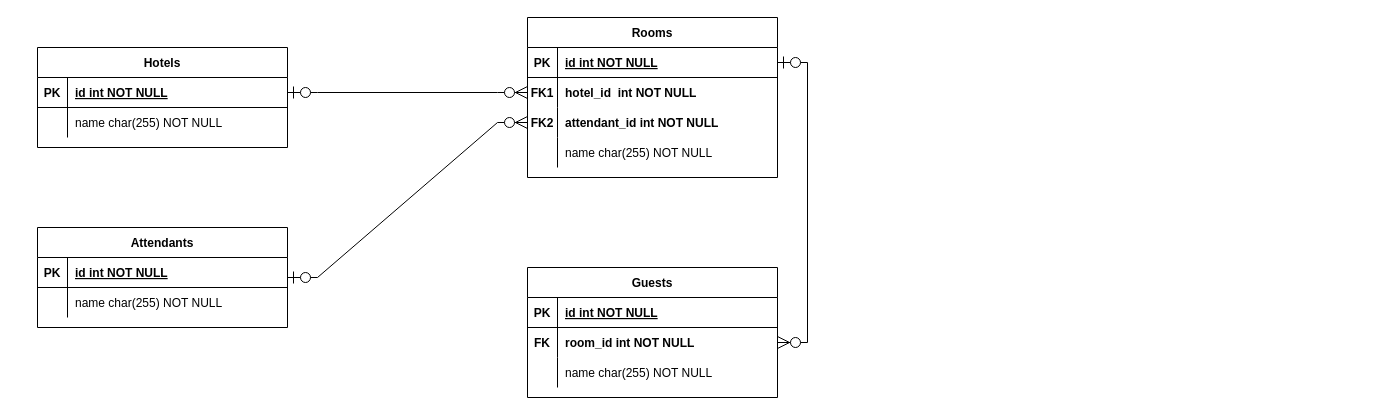
Earlier version of the draw.io diagram erd/Hotel ERD.drawio (perilloArt3159/database-mysql-assessment). Source tidied: cells renumbered, new cells numbered last; positions are measured from the earlier drawing's top-left corner, leaving out a move shared by most shapes. Both pictures are drawn from the tidied source at 100%, with x=0, y=0 at pixel (37, 17).
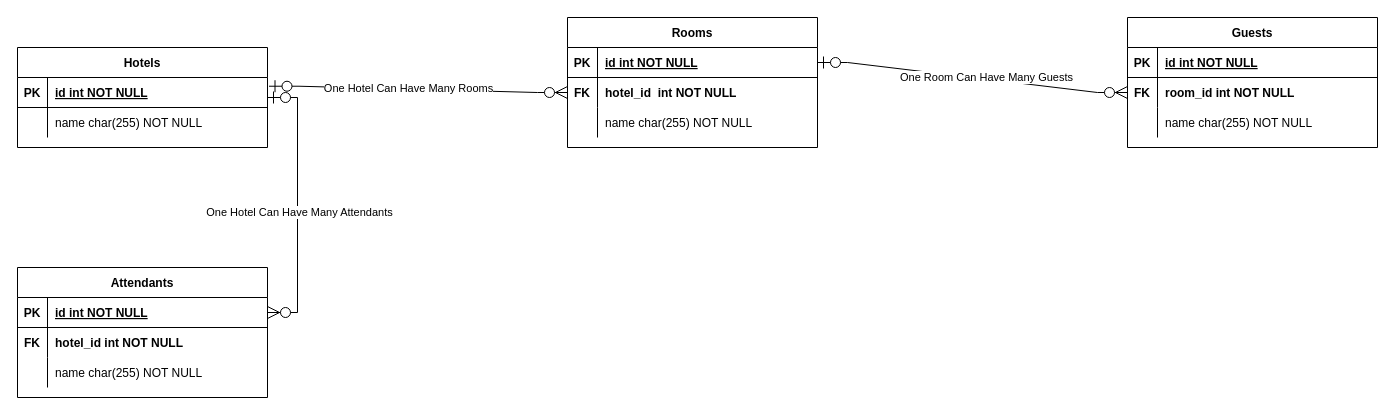
Above is the later version.

Commit message:
:buld: Added Comments on Relationship in Hotel ERD

Unchanged cells that the change refers to:
```xml
<mxCell id="3" style="shape=partialRectangle;fillColor=none;points=[[0,0.5],[1,0.5]];portConstraint=eastwest;top=0;left=0;right=0;bottom=1;" parent="2" vertex="1">
  <mxGeometry y="30" width="250" height="30" as="geometry" />
</mxCell>
<mxCell id="10" style="shape=partialRectangle;fillColor=none;points=[[0,0.5],[1,0.5]];portConstraint=eastwest;top=0;left=0;right=0;bottom=1;" parent="9" vertex="1">
  <mxGeometry y="30" width="250" height="30" as="geometry" />
</mxCell>
<mxCell id="13" style="shape=partialRectangle;fillColor=none;points=[[0,0.5],[1,0.5]];portConstraint=eastwest;top=0;left=0;right=0;bottom=0;" parent="9" vertex="1">
  <mxGeometry y="60" width="250" height="30" as="geometry" />
</mxCell>
<mxCell id="23" style="shape=partialRectangle;fillColor=none;points=[[0,0.5],[1,0.5]];portConstraint=eastwest;top=0;left=0;right=0;bottom=1;" parent="22" vertex="1">
  <mxGeometry y="30" width="250" height="30" as="geometry" />
</mxCell>
<mxCell id="33" style="shape=partialRectangle;fillColor=none;points=[[0,0.5],[1,0.5]];portConstraint=eastwest;top=0;left=0;right=0;bottom=0;" parent="29" vertex="1">
  <mxGeometry y="60" width="250" height="30" as="geometry" />
</mxCell>
```

What changed in the source:
```diff
@@
     <mxCell id="2" value="Hotels" style="shape=table;startSize=30;childLayout=tableLayout;rowLines=0;fontStyle=1;align=center;" parent="1" vertex="1">
-      <mxGeometry y="30" width="250" height="100" as="geometry" />
+      <mxGeometry x="-20" y="30" width="250" height="100" as="geometry" />
     </mxCell>
@@
     <mxCell id="9" value="Rooms" style="shape=table;startSize=30;childLayout=tableLayout;rowLines=0;fontStyle=1;align=center;" parent="1" vertex="1">
-      <mxGeometry x="490" width="250" height="160" as="geometry" />
+      <mxGeometry x="530" width="250" height="130" as="geometry" />
     </mxCell>
@@
-    <mxCell id="14" value="FK1" style="shape=partialRectangle;overflow=hidden;fillColor=none;top=0;left=0;bottom=0;right=0;fontStyle=1;" parent="13" vertex="1">
+    <mxCell id="14" value="FK" style="shape=partialRectangle;overflow=hidden;fillColor=none;top=0;left=0;bottom=0;right=0;fontStyle=1;" parent="13" vertex="1">
       <mxGeometry width="30" height="30" as="geometry" />
     </mxCell>
@@
-    <mxCell id="16" style="shape=partialRectangle;fillColor=none;points=[[0,0.5],[1,0.5]];portConstraint=eastwest;top=0;left=0;right=0;bottom=0;" parent="9" vertex="1">
-      <mxGeometry y="90" width="250" height="30" as="geometry" />
-    </mxCell>
-    <mxCell id="17" value="FK2" style="shape=partialRectangle;overflow=hidden;fillColor=none;top=0;left=0;bottom=0;right=0;fontStyle=1;" parent="16" vertex="1">
-      <mxGeometry width="30" height="30" as="geometry" />
-    </mxCell>
-    <mxCell id="18" value="attendant_id int NOT NULL" style="shape=partialRectangle;overflow=hidden;fillColor=none;top=0;left=0;bottom=0;right=0;align=left;spacingLeft=6;fontStyle=1;" parent="16" vertex="1">
-      <mxGeometry x="30" width="220" height="30" as="geometry" />
-    </mxCell>
     <mxCell id="19" style="shape=partialRectangle;fillColor=none;top=0;left=0;right=0;bottom=0;" parent="9" vertex="1">
-      <mxGeometry y="120" width="250" height="30" as="geometry" />
+      <mxGeometry y="90" width="250" height="30" as="geometry" />
     </mxCell>
@@
     <mxCell id="22" value="Attendants" style="shape=table;startSize=30;childLayout=tableLayout;rowLines=0;fontStyle=1;align=center;" parent="1" vertex="1">
-      <mxGeometry y="210" width="250" height="100" as="geometry" />
+      <mxGeometry x="-20" y="250" width="250" height="130" as="geometry" />
     </mxCell>
@@
-    <mxCell id="26" style="shape=partialRectangle;fillColor=none;top=0;left=0;right=0;bottom=0;" parent="22" vertex="1">
+    <mxCell id="26" style="shape=partialRectangle;fillColor=none;top=0;left=0;right=0;bottom=0;fontStyle=1;" parent="22" vertex="1">
       <mxGeometry y="60" width="250" height="30" as="geometry" />
     </mxCell>
-    <mxCell id="27" style="shape=partialRectangle;overflow=hidden;fillColor=none;top=0;left=0;bottom=0;right=0;" parent="26" vertex="1">
+    <mxCell id="27" value="FK" style="shape=partialRectangle;overflow=hidden;fillColor=none;top=0;left=0;bottom=0;right=0;fontStyle=1;" parent="26" vertex="1">
       <mxGeometry width="30" height="30" as="geometry" />
     </mxCell>
-    <mxCell id="28" value="name char(255) NOT NULL" style="shape=partialRectangle;overflow=hidden;fillColor=none;top=0;left=0;bottom=0;right=0;align=left;spacingLeft=6;" parent="26" vertex="1">
+    <mxCell id="28" value="hotel_id int NOT NULL" style="shape=partialRectangle;overflow=hidden;fillColor=none;top=0;left=0;bottom=0;right=0;align=left;spacingLeft=6;fontStyle=1;" parent="26" vertex="1">
       <mxGeometry x="30" width="220" height="30" as="geometry" />
     </mxCell>
+    <mxCell id="16" style="shape=partialRectangle;fillColor=none;points=[[0,0.5],[1,0.5]];portConstraint=eastwest;top=0;left=0;right=0;bottom=0;" parent="22" vertex="1">
+      <mxGeometry y="90" width="250" height="30" as="geometry" />
+    </mxCell>
+    <mxCell id="42" style="shape=partialRectangle;overflow=hidden;fillColor=none;top=0;left=0;bottom=0;right=0;" parent="16" vertex="1">
+      <mxGeometry width="30" height="30" as="geometry" />
+    </mxCell>
+    <mxCell id="43" value="name char(255) NOT NULL" style="shape=partialRectangle;overflow=hidden;fillColor=none;top=0;left=0;bottom=0;right=0;align=left;spacingLeft=6;" parent="16" vertex="1">
+      <mxGeometry x="30" width="220" height="30" as="geometry" />
+    </mxCell>
     <mxCell id="29" value="Guests" style="shape=table;startSize=30;childLayout=tableLayout;rowLines=0;fontStyle=1;align=center;" parent="1" vertex="1">
-      <mxGeometry x="490" y="250" width="250" height="130" as="geometry" />
+      <mxGeometry x="1090" width="250" height="130" as="geometry" />
     </mxCell>
@@
-    <mxCell id="39" style="edgeStyle=entityRelationEdgeStyle;fontSize=12;html=1;endArrow=ERzeroToMany;startArrow=ERzeroToOne;rounded=0;startSize=10;endSize=10;exitX=1;exitY=0.5;exitDx=0;exitDy=0;entryX=0;entryY=0.5;entryDx=0;entryDy=0;" parent="1" edge="1" source="3" target="13">
+    <mxCell id="39" style="edgeStyle=entityRelationEdgeStyle;fontSize=12;html=1;endArrow=ERzeroToMany;startArrow=ERzeroToOne;rounded=0;startSize=10;endSize=10;exitX=1.006;exitY=0.291;exitDx=0;exitDy=0;entryX=0;entryY=0.5;entryDx=0;entryDy=0;exitPerimeter=0;" parent="1" edge="1" source="3" target="13">
       <mxGeometry relative="1" as="geometry" />
     </mxCell>
-    <mxCell id="40" style="edgeStyle=entityRelationEdgeStyle;fontSize=12;html=1;endArrow=ERzeroToMany;startArrow=ERzeroToOne;rounded=0;startSize=10;endSize=10;exitX=1;exitY=0.667;exitDx=0;exitDy=0;exitPerimeter=0;" parent="1" edge="1" source="23" target="16">
-      <mxGeometry relative="1" as="geometry" />
-    </mxCell>
+    <mxCell id="44" value="One Hotel Can Have Many Rooms" style="edgeLabel;html=1;align=center;verticalAlign=middle;" parent="39" vertex="1">
+      <mxGeometry x="-0.07" y="1" relative="1" as="geometry" />
+    </mxCell>
-    <mxCell id="41" style="edgeStyle=entityRelationEdgeStyle;fontSize=12;html=1;endArrow=ERzeroToMany;startArrow=ERzeroToOne;rounded=0;startSize=10;endSize=10;entryX=1;entryY=0.5;entryDx=0;entryDy=0;exitX=1;exitY=0.5;exitDx=0;exitDy=0;" parent="1" edge="1" source="10" target="33">
+    <mxCell id="41" style="edgeStyle=entityRelationEdgeStyle;fontSize=12;html=1;endArrow=ERzeroToMany;startArrow=ERzeroToOne;rounded=0;startSize=10;endSize=10;entryX=0;entryY=0.5;entryDx=0;entryDy=0;exitX=1;exitY=0.5;exitDx=0;exitDy=0;" parent="1" edge="1" source="10" target="33">
       <mxGeometry relative="1" as="geometry" />
     </mxCell>
+    <mxCell id="45" value="One Room Can Have Many Guests" style="edgeLabel;html=1;align=center;verticalAlign=middle;" parent="41" vertex="1">
+      <mxGeometry x="-0.23" y="2" relative="1" as="geometry">
+        <mxPoint x="49" y="6" as="offset" />
+      </mxGeometry>
+    </mxCell>
+    <mxCell id="46" style="edgeStyle=entityRelationEdgeStyle;fontSize=12;html=1;endArrow=ERzeroToMany;startArrow=ERzeroToOne;rounded=0;startSize=10;endSize=10;" parent="1" edge="1" target="23">
+      <mxGeometry relative="1" as="geometry">
+        <mxPoint x="230" y="80" as="sourcePoint" />
+      </mxGeometry>
+    </mxCell>
+    <mxCell id="47" value="One Hotel Can Have Many Attendants" style="edgeLabel;html=1;align=center;verticalAlign=middle;" parent="46" vertex="1">
+      <mxGeometry x="0.05" y="1" relative="1" as="geometry" />
+    </mxCell>
```
